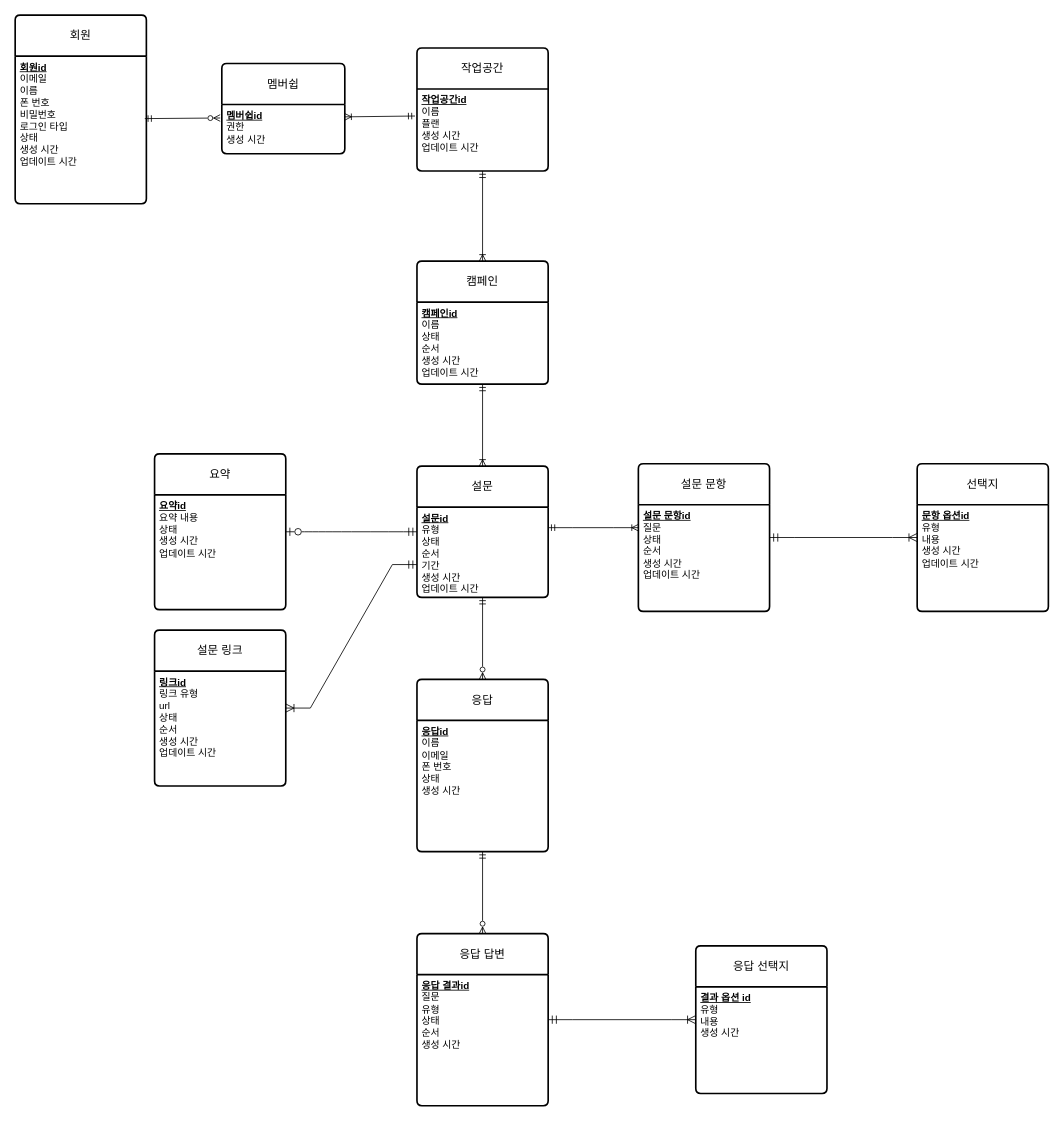
Earlier version of the draw.io diagram docs/database/conceptual-erd.drawio (lilsooin/insight-platform). Source tidied: cells renumbered, new cells numbered last; positions are measured from the earlier drawing's top-left corner, leaving out a move shared by most shapes. Both pictures are drawn from the tidied source at 82%, with x=0, y=0 at pixel (15, 15).
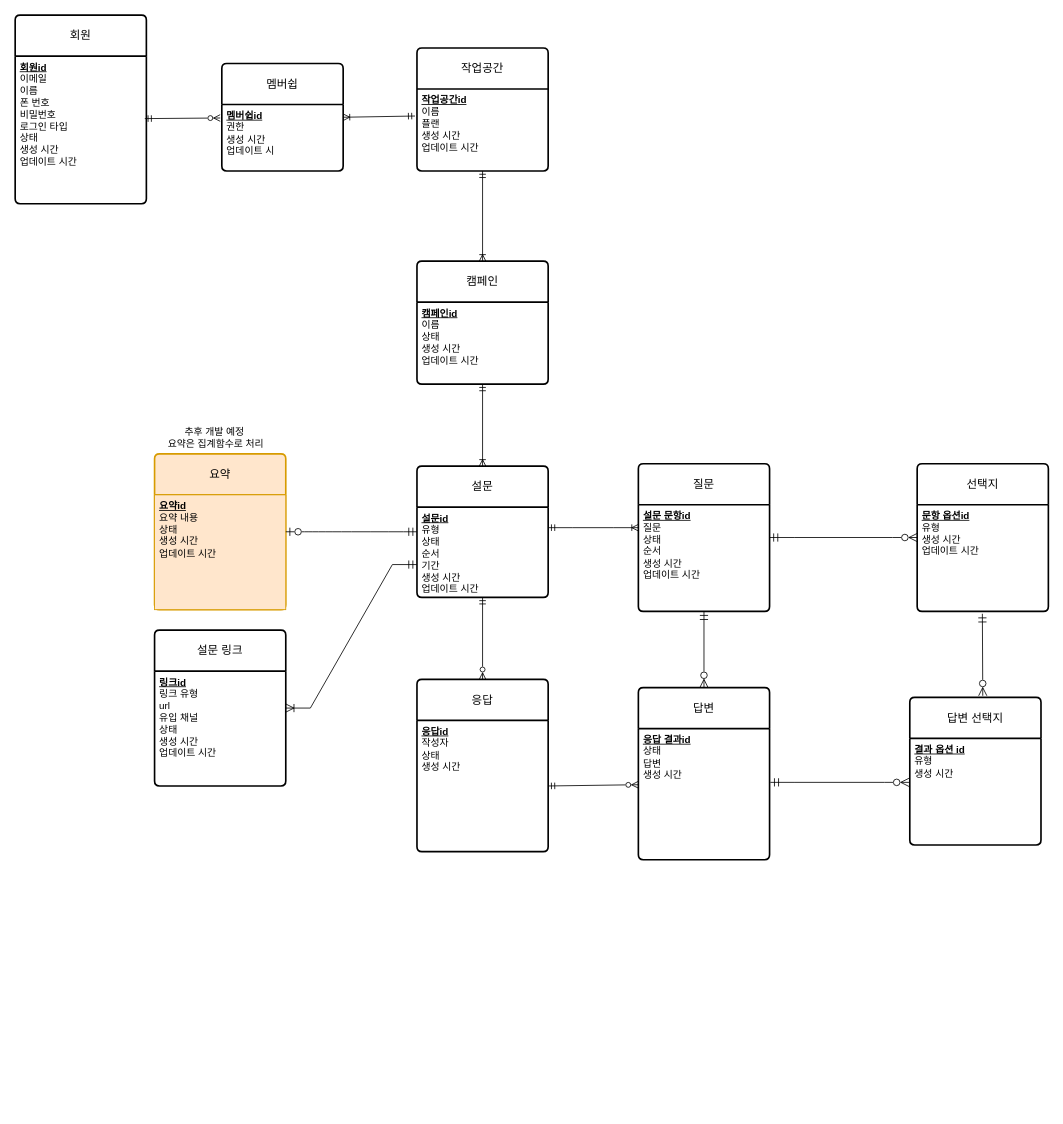
The same page after the edit.

Commit message (it also covers changes not shown here):
docs: add initial conceptual ERD 4

The change refers to these unchanged cells:
```xml
<mxCell id="4" value="응답" style="swimlane;horizontal=1;startSize=50;rounded=1;fontSize=14;fontStyle=0;strokeWidth=2;shadow=0;dashed=0;align=center;arcSize=4;whiteSpace=wrap;html=1;" parent="1" vertex="1">
  <mxGeometry x="490" y="810" width="160" height="210" as="geometry" />
</mxCell>
<mxCell id="6" value="캠페인" style="swimlane;horizontal=1;startSize=50;rounded=1;fontSize=14;fontStyle=0;strokeWidth=2;shadow=0;dashed=0;align=center;arcSize=4;whiteSpace=wrap;html=1;" parent="1" vertex="1">
  <mxGeometry x="490" y="300" width="160" height="150" as="geometry" />
</mxCell>
<mxCell id="9" value="&lt;div&gt;&lt;u&gt;&lt;b&gt;설문 문항id&lt;/b&gt;&lt;/u&gt;&lt;/div&gt;&lt;div&gt;질문&lt;/div&gt;&lt;div&gt;상태&lt;/div&gt;&lt;div&gt;순서&lt;/div&gt;&lt;div&gt;생성 시간&lt;/div&gt;&lt;div&gt;업데이트 시간&lt;/div&gt;&lt;div&gt;&lt;br&gt;&lt;/div&gt;&lt;div&gt;&lt;br&gt;&lt;/div&gt;" style="align=left;strokeColor=none;fillColor=none;spacingLeft=4;spacingRight=4;fontSize=12;verticalAlign=top;html=1;whiteSpace=wrap;" parent="8" vertex="1">
  <mxGeometry y="50" width="160" height="130" as="geometry" />
</mxCell>
<mxCell id="11" value="&lt;div&gt;&lt;u&gt;&lt;b&gt;작업공간id&lt;/b&gt;&lt;/u&gt;&lt;/div&gt;&lt;div&gt;&lt;span style=&quot;background-color: transparent; color: light-dark(#000000, var(--ge-light-color, #ffffff));&quot;&gt;이름&lt;/span&gt;&lt;/div&gt;&lt;div&gt;플랜&lt;/div&gt;&lt;div&gt;&lt;div&gt;생성 시간&lt;/div&gt;&lt;div&gt;업데이트 시간&lt;/div&gt;&lt;/div&gt;" style="align=left;strokeColor=none;fillColor=none;spacingLeft=4;spacingRight=4;fontSize=12;verticalAlign=top;html=1;whiteSpace=wrap;" parent="10" vertex="1">
  <mxGeometry y="50" width="160" height="100" as="geometry" />
</mxCell>
<mxCell id="29" value="선택지" style="swimlane;horizontal=1;startSize=50;rounded=1;fontSize=14;fontStyle=0;strokeWidth=2;shadow=0;dashed=0;align=center;arcSize=4;whiteSpace=wrap;html=1;" parent="1" vertex="1">
  <mxGeometry x="1100" y="547" width="160" height="180" as="geometry" />
</mxCell>
<mxCell id="37" value="설문 링크" style="swimlane;horizontal=1;startSize=50;rounded=1;fontSize=14;fontStyle=0;strokeWidth=2;shadow=0;dashed=0;align=center;arcSize=4;whiteSpace=wrap;html=1;" parent="1" vertex="1">
  <mxGeometry x="170" y="750" width="160" height="190" as="geometry" />
</mxCell>
```

Change to the diagram source:
```diff
@@
-    <mxCell id="5" value="&lt;div&gt;&lt;u&gt;&lt;b&gt;응답id&lt;/b&gt;&lt;/u&gt;&lt;/div&gt;&lt;div&gt;이름&lt;/div&gt;이메일&lt;div&gt;폰 번호&lt;br&gt;&lt;div&gt;상태&lt;/div&gt;&lt;div&gt;생성 시간&lt;/div&gt;&lt;div&gt;&lt;br&gt;&lt;/div&gt;&lt;div&gt;&lt;br&gt;&lt;/div&gt;&lt;/div&gt;" style="align=left;strokeColor=none;fillColor=none;spacingLeft=4;spacingRight=4;fontSize=12;verticalAlign=top;html=1;whiteSpace=wrap;" parent="4" vertex="1">
+    <mxCell id="5" value="&lt;div&gt;&lt;u&gt;&lt;b&gt;응답id&lt;/b&gt;&lt;/u&gt;&lt;/div&gt;&lt;div&gt;작성자&lt;/div&gt;&lt;div&gt;&lt;div&gt;상태&lt;/div&gt;&lt;div&gt;생성 시간&lt;/div&gt;&lt;div&gt;&lt;br&gt;&lt;/div&gt;&lt;div&gt;&lt;br&gt;&lt;/div&gt;&lt;/div&gt;" style="align=left;strokeColor=none;fillColor=none;spacingLeft=4;spacingRight=4;fontSize=12;verticalAlign=top;html=1;whiteSpace=wrap;" parent="4" vertex="1">
       <mxGeometry y="50" width="160" height="160" as="geometry" />
     </mxCell>
@@
-    <mxCell id="7" value="&lt;div&gt;&lt;u&gt;&lt;b&gt;캠페인id&lt;/b&gt;&lt;/u&gt;&lt;/div&gt;&lt;div&gt;이름&lt;/div&gt;&lt;div&gt;상태&lt;/div&gt;&lt;div&gt;순서&lt;/div&gt;&lt;div&gt;생성 시간&lt;/div&gt;&lt;div&gt;업데이트 시간&lt;/div&gt;&lt;div&gt;&lt;br&gt;&lt;/div&gt;&lt;div&gt;&lt;br&gt;&lt;/div&gt;" style="align=left;strokeColor=none;fillColor=none;spacingLeft=4;spacingRight=4;fontSize=12;verticalAlign=top;html=1;whiteSpace=wrap;" parent="6" vertex="1">
+    <mxCell id="7" value="&lt;div&gt;&lt;u&gt;&lt;b&gt;캠페인id&lt;/b&gt;&lt;/u&gt;&lt;/div&gt;&lt;div&gt;이름&lt;/div&gt;&lt;div&gt;상태&lt;/div&gt;&lt;div&gt;생성 시간&lt;/div&gt;&lt;div&gt;업데이트 시간&lt;/div&gt;&lt;div&gt;&lt;br&gt;&lt;/div&gt;&lt;div&gt;&lt;br&gt;&lt;/div&gt;" style="align=left;strokeColor=none;fillColor=none;spacingLeft=4;spacingRight=4;fontSize=12;verticalAlign=top;html=1;whiteSpace=wrap;" parent="6" vertex="1">
       <mxGeometry y="50" width="160" height="100" as="geometry" />
     </mxCell>
-    <mxCell id="8" value="설문 문항" style="swimlane;horizontal=1;startSize=50;rounded=1;fontSize=14;fontStyle=0;strokeWidth=2;shadow=0;dashed=0;align=center;arcSize=4;whiteSpace=wrap;html=1;" parent="1" vertex="1">
+    <mxCell id="8" value="질문" style="swimlane;horizontal=1;startSize=50;rounded=1;fontSize=14;fontStyle=0;strokeWidth=2;shadow=0;dashed=0;align=center;arcSize=4;whiteSpace=wrap;html=1;" parent="1" vertex="1">
       <mxGeometry x="760" y="547" width="160" height="180" as="geometry" />
     </mxCell>
@@
-    <mxCell id="18" value="요약" style="swimlane;horizontal=1;startSize=50;rounded=1;fontSize=14;fontStyle=0;strokeWidth=2;shadow=0;dashed=0;align=center;arcSize=4;whiteSpace=wrap;html=1;" parent="1" vertex="1">
+    <mxCell id="18" value="요약" style="swimlane;horizontal=1;startSize=50;rounded=1;fontSize=14;fontStyle=0;strokeWidth=2;shadow=0;dashed=0;align=center;arcSize=4;whiteSpace=wrap;html=1;fillColor=#ffe6cc;strokeColor=#d79b00;" parent="1" vertex="1">
       <mxGeometry x="170" y="535" width="160" height="190" as="geometry" />
     </mxCell>
-    <mxCell id="19" value="&lt;div&gt;&lt;u&gt;&lt;b&gt;요약id&lt;/b&gt;&lt;/u&gt;&lt;/div&gt;&lt;div&gt;요약 내용&lt;/div&gt;&lt;div&gt;상태&lt;/div&gt;&lt;div&gt;생성 시간&lt;/div&gt;&lt;div&gt;업데이트 시간&lt;/div&gt;&lt;div&gt;&lt;br&gt;&lt;/div&gt;&lt;div&gt;&lt;br&gt;&lt;/div&gt;" style="align=left;strokeColor=none;fillColor=none;spacingLeft=4;spacingRight=4;fontSize=12;verticalAlign=top;html=1;whiteSpace=wrap;" parent="18" vertex="1">
+    <mxCell id="19" value="&lt;div&gt;&lt;u&gt;&lt;b&gt;요약id&lt;/b&gt;&lt;/u&gt;&lt;/div&gt;&lt;div&gt;요약 내용&lt;/div&gt;&lt;div&gt;상태&lt;/div&gt;&lt;div&gt;생성 시간&lt;/div&gt;&lt;div&gt;업데이트 시간&lt;/div&gt;&lt;div&gt;&lt;br&gt;&lt;/div&gt;&lt;div&gt;&lt;br&gt;&lt;/div&gt;" style="align=left;strokeColor=#d79b00;fillColor=#ffe6cc;spacingLeft=4;spacingRight=4;fontSize=12;verticalAlign=top;html=1;whiteSpace=wrap;" parent="18" vertex="1">
       <mxGeometry y="50" width="160" height="140" as="geometry" />
     </mxCell>
-    <mxCell id="20" value="응답 답변" style="swimlane;horizontal=1;startSize=50;rounded=1;fontSize=14;fontStyle=0;strokeWidth=2;shadow=0;dashed=0;align=center;arcSize=4;whiteSpace=wrap;html=1;" parent="1" vertex="1">
-      <mxGeometry x="490" y="1120" width="160" height="210" as="geometry" />
+    <mxCell id="20" value="답변" style="swimlane;horizontal=1;startSize=50;rounded=1;fontSize=14;fontStyle=0;strokeWidth=2;shadow=0;dashed=0;align=center;arcSize=4;whiteSpace=wrap;html=1;" parent="1" vertex="1">
+      <mxGeometry x="760" y="820" width="160" height="210" as="geometry" />
     </mxCell>
-    <mxCell id="21" value="&lt;div&gt;&lt;u&gt;&lt;b&gt;응답 결과id&lt;/b&gt;&lt;/u&gt;&lt;/div&gt;&lt;div&gt;&lt;div&gt;질문&lt;/div&gt;유형&lt;br&gt;&lt;div&gt;상태&lt;/div&gt;&lt;div&gt;순서&lt;/div&gt;&lt;div&gt;생성 시간&lt;/div&gt;&lt;div&gt;&lt;br&gt;&lt;/div&gt;&lt;/div&gt;&lt;div&gt;&lt;div&gt;&lt;br&gt;&lt;/div&gt;&lt;div&gt;&lt;br&gt;&lt;/div&gt;&lt;/div&gt;" style="align=left;strokeColor=none;fillColor=none;spacingLeft=4;spacingRight=4;fontSize=12;verticalAlign=top;html=1;whiteSpace=wrap;" parent="20" vertex="1">
+    <mxCell id="21" value="&lt;div&gt;&lt;u&gt;&lt;b&gt;응답 결과id&lt;/b&gt;&lt;/u&gt;&lt;/div&gt;&lt;div&gt;&lt;div&gt;상태&lt;/div&gt;&lt;div&gt;답변&lt;/div&gt;&lt;div&gt;생성 시간&lt;/div&gt;&lt;div&gt;&lt;br&gt;&lt;/div&gt;&lt;/div&gt;&lt;div&gt;&lt;div&gt;&lt;br&gt;&lt;/div&gt;&lt;div&gt;&lt;br&gt;&lt;/div&gt;&lt;/div&gt;" style="align=left;strokeColor=none;fillColor=none;spacingLeft=4;spacingRight=4;fontSize=12;verticalAlign=top;html=1;whiteSpace=wrap;" parent="20" vertex="1">
       <mxGeometry y="50" width="160" height="160" as="geometry" />
     </mxCell>
-    <mxCell id="22" style="fontSize=12;html=1;endArrow=ERzeroToMany;startArrow=ERmandOne;rounded=0;defaultLabelBackgroundColor=page;exitX=0.5;exitY=1;exitDx=0;exitDy=0;entryX=0.5;entryY=0;entryDx=0;entryDy=0;endFill=0;" parent="1" edge="1" source="5" target="20">
+    <mxCell id="22" style="fontSize=12;html=1;endArrow=ERzeroToMany;startArrow=ERmandOne;rounded=0;defaultLabelBackgroundColor=page;exitX=1;exitY=0.5;exitDx=0;exitDy=0;entryX=-0.002;entryY=0.428;entryDx=0;entryDy=0;endFill=0;entryPerimeter=0;" parent="1" edge="1" source="5" target="21">
       <mxGeometry x="0.04" relative="1" as="geometry" />
     </mxCell>
     <mxCell id="23" value="멤버쉽" style="swimlane;horizontal=1;startSize=50;rounded=1;fontSize=14;fontStyle=0;strokeWidth=2;shadow=0;dashed=0;align=center;arcSize=4;whiteSpace=wrap;html=1;" parent="1" vertex="1">
-      <mxGeometry x="252" y="59" width="150" height="110" as="geometry" />
+      <mxGeometry x="252" y="59" width="148" height="131" as="geometry" />
     </mxCell>
-    <mxCell id="24" value="&lt;div&gt;&lt;u&gt;&lt;b&gt;멤버쉽id&lt;/b&gt;&lt;/u&gt;&lt;/div&gt;권한&lt;div&gt;&lt;div&gt;생성 시간&lt;/div&gt;&lt;div&gt;&lt;br&gt;&lt;/div&gt;&lt;/div&gt;" style="align=left;strokeColor=none;fillColor=none;spacingLeft=4;spacingRight=4;fontSize=12;verticalAlign=top;html=1;whiteSpace=wrap;" parent="23" vertex="1">
-      <mxGeometry y="50" width="150" height="60" as="geometry" />
+    <mxCell id="24" value="&lt;div&gt;&lt;u&gt;&lt;b&gt;멤버쉽id&lt;/b&gt;&lt;/u&gt;&lt;/div&gt;권한&lt;div&gt;&lt;div&gt;생성 시간&lt;/div&gt;&lt;div&gt;업데이트 시&lt;/div&gt;&lt;/div&gt;" style="align=left;strokeColor=none;fillColor=none;spacingLeft=4;spacingRight=4;fontSize=12;verticalAlign=top;html=1;whiteSpace=wrap;" parent="23" vertex="1">
+      <mxGeometry y="50" width="148" height="81" as="geometry" />
     </mxCell>
@@
-    <mxCell id="27" style="fontSize=12;html=1;endArrow=ERmandOne;startArrow=ERoneToMany;rounded=0;defaultLabelBackgroundColor=page;exitX=1;exitY=0.25;exitDx=0;exitDy=0;entryX=-0.015;entryY=0.33;entryDx=0;entryDy=0;entryPerimeter=0;startFill=0;endFill=0;" parent="1" edge="1" source="24" target="11">
+    <mxCell id="27" style="fontSize=12;html=1;endArrow=ERmandOne;startArrow=ERoneToMany;rounded=0;defaultLabelBackgroundColor=page;exitX=1;exitY=0.5;exitDx=0;exitDy=0;entryX=-0.015;entryY=0.33;entryDx=0;entryDy=0;entryPerimeter=0;startFill=0;endFill=0;" parent="1" edge="1" source="23" target="11">
       <mxGeometry x="0.1" relative="1" as="geometry" />
     </mxCell>
@@
-    <mxCell id="30" value="&lt;div&gt;&lt;u&gt;&lt;b&gt;문항 옵션id&lt;/b&gt;&lt;/u&gt;&lt;/div&gt;&lt;div&gt;유형&lt;/div&gt;&lt;div&gt;내용&lt;/div&gt;&lt;div&gt;생성 시간&lt;/div&gt;&lt;div&gt;업데이트 시간&lt;/div&gt;&lt;div&gt;&lt;br&gt;&lt;/div&gt;&lt;div&gt;&lt;br&gt;&lt;/div&gt;" style="align=left;strokeColor=none;fillColor=none;spacingLeft=4;spacingRight=4;fontSize=12;verticalAlign=top;html=1;whiteSpace=wrap;" parent="29" vertex="1">
+    <mxCell id="30" value="&lt;div&gt;&lt;u&gt;&lt;b&gt;문항 옵션id&lt;/b&gt;&lt;/u&gt;&lt;/div&gt;&lt;div&gt;유형&lt;/div&gt;&lt;div&gt;생성 시간&lt;/div&gt;&lt;div&gt;업데이트 시간&lt;/div&gt;&lt;div&gt;&lt;br&gt;&lt;/div&gt;&lt;div&gt;&lt;br&gt;&lt;/div&gt;" style="align=left;strokeColor=none;fillColor=none;spacingLeft=4;spacingRight=4;fontSize=12;verticalAlign=top;html=1;whiteSpace=wrap;" parent="29" vertex="1">
       <mxGeometry y="50" width="160" height="130" as="geometry" />
     </mxCell>
@@
-    <mxCell id="32" style="edgeStyle=entityRelationEdgeStyle;fontSize=12;html=1;endArrow=ERoneToMany;startArrow=ERmandOne;rounded=0;defaultLabelBackgroundColor=page;startSize=8;endSize=8;curved=0;exitX=1;exitY=0.5;exitDx=0;exitDy=0;entryX=0;entryY=0.5;entryDx=0;entryDy=0;" parent="1" edge="1" source="8" target="29">
+    <mxCell id="32" style="edgeStyle=entityRelationEdgeStyle;fontSize=12;html=1;endArrow=ERzeroToMany;startArrow=ERmandOne;rounded=0;defaultLabelBackgroundColor=page;startSize=8;endSize=8;curved=0;exitX=1;exitY=0.5;exitDx=0;exitDy=0;entryX=0;entryY=0.5;entryDx=0;entryDy=0;endFill=0;" parent="1" edge="1" source="8" target="29">
       <mxGeometry x="-0.11" relative="1" as="geometry" />
     </mxCell>
-    <mxCell id="33" value="응답 선택지" style="swimlane;horizontal=1;startSize=50;rounded=1;fontSize=14;fontStyle=0;strokeWidth=2;shadow=0;dashed=0;align=center;arcSize=4;whiteSpace=wrap;html=1;" parent="1" vertex="1">
-      <mxGeometry x="830" y="1135" width="160" height="180" as="geometry" />
+    <mxCell id="33" value="답변 선택지" style="swimlane;horizontal=1;startSize=50;rounded=1;fontSize=14;fontStyle=0;strokeWidth=2;shadow=0;dashed=0;align=center;arcSize=4;whiteSpace=wrap;html=1;" parent="1" vertex="1">
+      <mxGeometry x="1091" y="832" width="160" height="180" as="geometry" />
     </mxCell>
-    <mxCell id="34" value="&lt;div&gt;&lt;u&gt;&lt;b&gt;결과 옵션 id&lt;/b&gt;&lt;/u&gt;&lt;/div&gt;&lt;div&gt;유형&lt;/div&gt;&lt;div&gt;내용&lt;/div&gt;&lt;div&gt;생성 시간&lt;/div&gt;&lt;div&gt;&lt;br&gt;&lt;/div&gt;&lt;div&gt;&lt;br&gt;&lt;/div&gt;" style="align=left;strokeColor=none;fillColor=none;spacingLeft=4;spacingRight=4;fontSize=12;verticalAlign=top;html=1;whiteSpace=wrap;" parent="33" vertex="1">
+    <mxCell id="34" value="&lt;div&gt;&lt;u&gt;&lt;b&gt;결과 옵션 id&lt;/b&gt;&lt;/u&gt;&lt;/div&gt;&lt;div&gt;유형&lt;/div&gt;&lt;div&gt;생성 시간&lt;/div&gt;&lt;div&gt;&lt;br&gt;&lt;/div&gt;&lt;div&gt;&lt;br&gt;&lt;/div&gt;" style="align=left;strokeColor=none;fillColor=none;spacingLeft=4;spacingRight=4;fontSize=12;verticalAlign=top;html=1;whiteSpace=wrap;" parent="33" vertex="1">
       <mxGeometry y="50" width="160" height="130" as="geometry" />
     </mxCell>
@@
-    <mxCell id="36" style="edgeStyle=entityRelationEdgeStyle;fontSize=12;html=1;endArrow=ERoneToMany;startArrow=ERmandOne;rounded=0;defaultLabelBackgroundColor=page;startSize=8;endSize=8;curved=0;exitX=1;exitY=0.5;exitDx=0;exitDy=0;entryX=0;entryY=0.5;entryDx=0;entryDy=0;" parent="1" edge="1" target="33">
+    <mxCell id="36" style="edgeStyle=entityRelationEdgeStyle;fontSize=12;html=1;endArrow=ERzeroToMany;startArrow=ERmandOne;rounded=0;defaultLabelBackgroundColor=page;startSize=8;endSize=8;curved=0;exitX=1.006;exitY=0.41;exitDx=0;exitDy=0;exitPerimeter=0;endFill=0;" parent="1" edge="1" source="21">
       <mxGeometry x="-0.11" relative="1" as="geometry">
-        <mxPoint x="650" y="1225" as="sourcePoint" />
+        <mxPoint x="1090" y="935.6" as="targetPoint" />
       </mxGeometry>
     </mxCell>
@@
-    <mxCell id="38" value="&lt;div&gt;&lt;u&gt;&lt;b&gt;링크id&lt;/b&gt;&lt;/u&gt;&lt;/div&gt;&lt;div&gt;링크 유형&lt;/div&gt;&lt;div&gt;url&lt;/div&gt;&lt;div&gt;상태&lt;/div&gt;&lt;div&gt;순서&lt;/div&gt;&lt;div&gt;생성 시간&lt;/div&gt;&lt;div&gt;업데이트 시간&lt;/div&gt;&lt;div&gt;&lt;br&gt;&lt;/div&gt;&lt;div&gt;&lt;br&gt;&lt;/div&gt;" style="align=left;strokeColor=none;fillColor=none;spacingLeft=4;spacingRight=4;fontSize=12;verticalAlign=top;html=1;whiteSpace=wrap;" parent="37" vertex="1">
+    <mxCell id="38" value="&lt;div&gt;&lt;u&gt;&lt;b&gt;링크id&lt;/b&gt;&lt;/u&gt;&lt;/div&gt;&lt;div&gt;링크 유형&lt;/div&gt;&lt;div&gt;url&lt;/div&gt;&lt;div&gt;유입 채널&lt;/div&gt;&lt;div&gt;상태&lt;/div&gt;&lt;div&gt;생성 시간&lt;/div&gt;&lt;div&gt;업데이트 시간&lt;/div&gt;&lt;div&gt;&lt;br&gt;&lt;/div&gt;&lt;div&gt;&lt;br&gt;&lt;/div&gt;" style="align=left;strokeColor=none;fillColor=none;spacingLeft=4;spacingRight=4;fontSize=12;verticalAlign=top;html=1;whiteSpace=wrap;" parent="37" vertex="1">
       <mxGeometry y="50" width="160" height="140" as="geometry" />
     </mxCell>
@@
+    <mxCell id="40" style="fontSize=12;html=1;endArrow=ERmandOne;startArrow=ERzeroToMany;rounded=0;defaultLabelBackgroundColor=page;startSize=8;endSize=8;curved=0;entryX=0.5;entryY=1;entryDx=0;entryDy=0;strokeColor=default;exitX=0.5;exitY=0;exitDx=0;exitDy=0;startFill=0;" parent="1" edge="1" source="20" target="9">
+      <mxGeometry relative="1" as="geometry" />
+    </mxCell>
+    <mxCell id="41" style="fontSize=12;html=1;endArrow=ERmandOne;startArrow=ERzeroToMany;rounded=0;defaultLabelBackgroundColor=page;startSize=8;endSize=8;curved=0;entryX=0.5;entryY=1;entryDx=0;entryDy=0;strokeColor=default;startFill=0;" parent="1" edge="1">
+      <mxGeometry relative="1" as="geometry">
+        <mxPoint x="1180" y="830" as="sourcePoint" />
+        <mxPoint x="1179.5" y="730" as="targetPoint" />
+      </mxGeometry>
+    </mxCell>
+    <mxCell id="42" value="추후 개발 예정&amp;nbsp;&lt;div&gt;요약은 집계함수로 처리&lt;/div&gt;" style="text;html=1;whiteSpace=wrap;strokeColor=none;fillColor=none;align=center;verticalAlign=middle;rounded=0;" parent="1" vertex="1">
+      <mxGeometry x="160" y="500" width="170" height="30" as="geometry" />
+    </mxCell>
```
